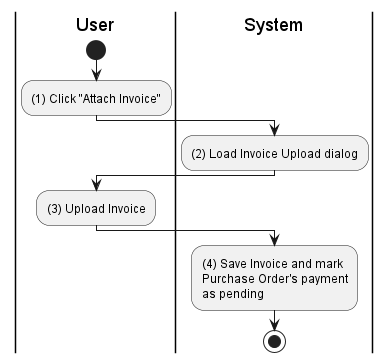
Earlier version of the PlantUML export activities/purchase-order-attach-invoice.png (phihungha/scmss-reqs). Source of this version:
```plantuml
@startuml purchase-order-attach-invoice
|u|User
|s|System

|u|
start
:(1) Click "Attach Invoice";

|s|
:(2) Load Invoice Upload dialog;

|u|
:(3) Upload Invoice;

|s|
:(4) Save Invoice and mark
Purchase Order's payment
as pending;
stop
@enduml
```
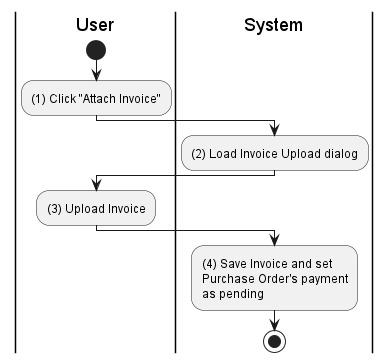
Above is the later version.

The edit, as a diff of the source:
```diff
@@ -13,7 +13,7 @@
 :(3) Upload Invoice;
 
 |s|
-:(4) Save Invoice and mark
+:(4) Save Invoice and set
 Purchase Order's payment
 as pending;
 stop
```
